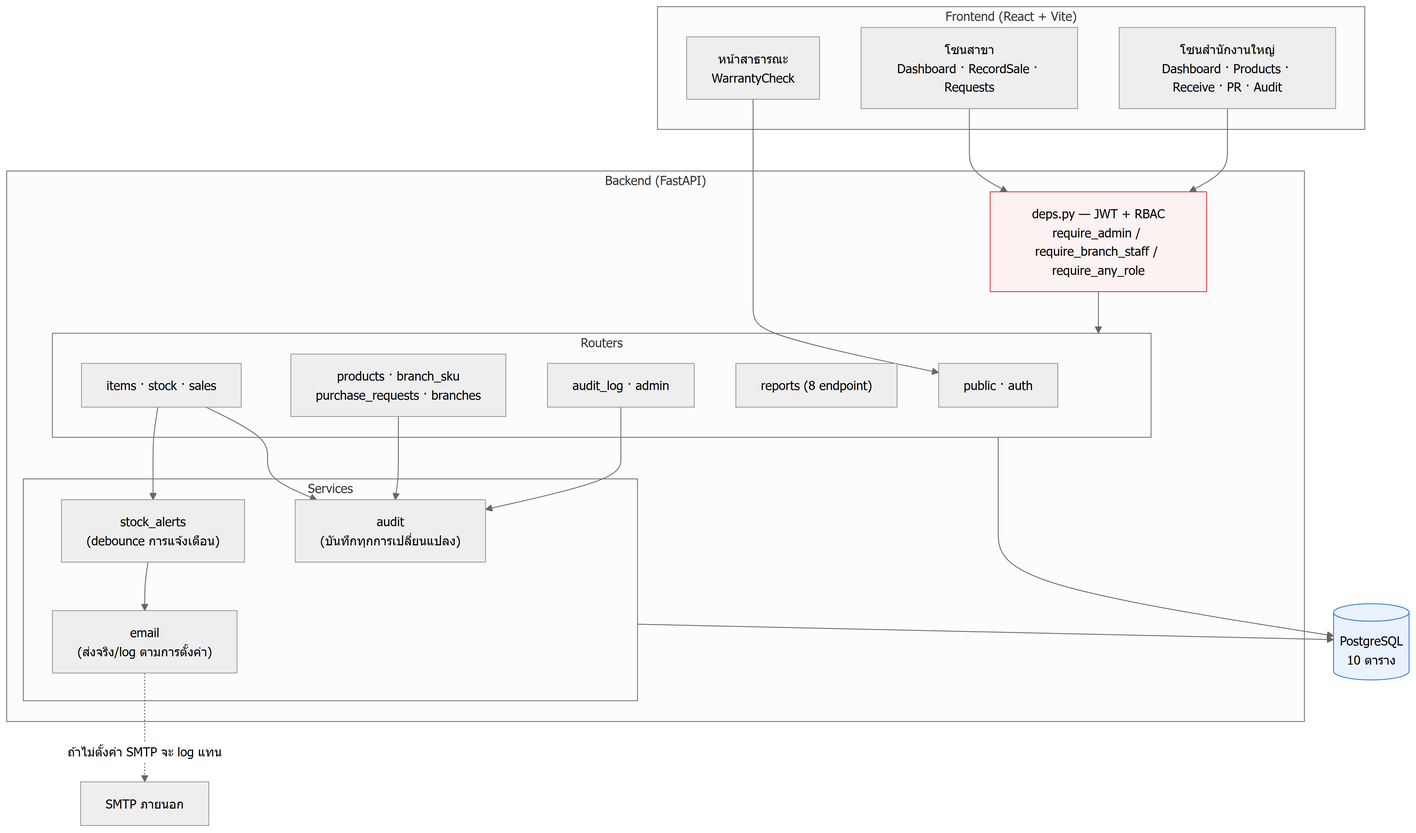
The Mermaid diagram docs/diagrams/02.png in kit-sinlapasa/sme-inventory-system, before a commit. Its source is kept beside it as docs/diagrams/02.mmd.
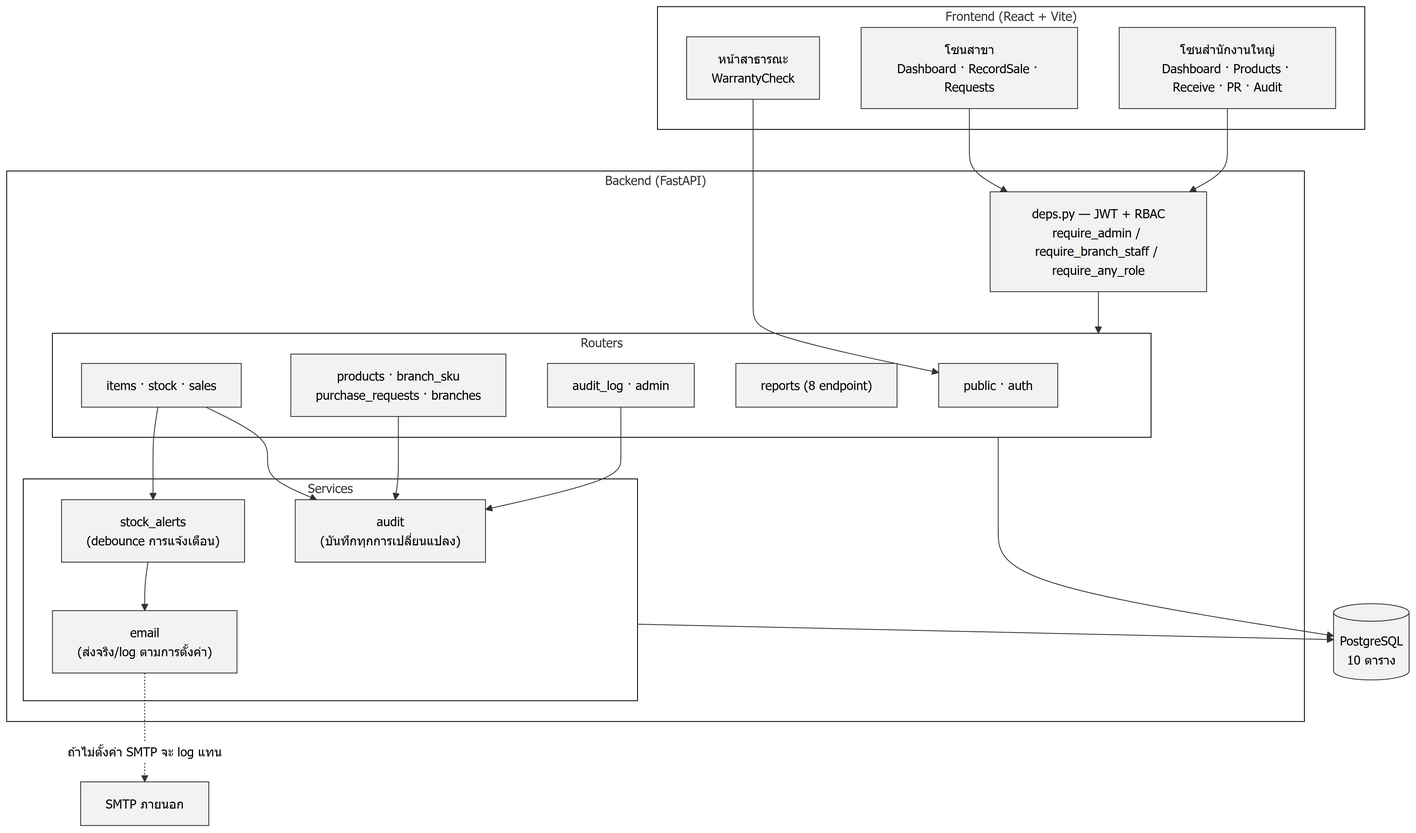
The same diagram one commit later.

What changed in the source:
```diff
@@ -37,5 +37,5 @@
     routers --> db
     svc --> db
 
-    style deps fill:#fdf2f2,stroke:#d03b3b
-    style db fill:#eaf2fd,stroke:#2a78d6
+    style deps fill:#f2f2f2,stroke:#333333
+    style db fill:#f2f2f2,stroke:#333333
```
